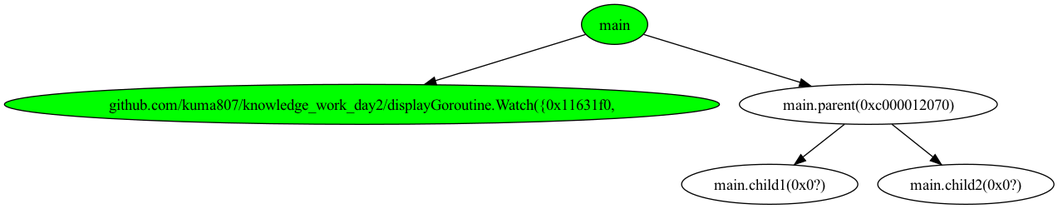
This is main_testGoroutine/tree_1.png from kuma807/knowledge_work_day2, a Graphviz export, as it was before one commit. Its source is kept beside it as main_testGoroutine/tree_1.dot. The source it was exported from:
```dot
digraph G {
	"main"->"github.com/kuma807/knowledge_work_day2/displayGoroutine.Watch({0x11631f0,";
	"main"->"main.parent(0xc000012070)";
	"main.parent(0xc000012070)"->"main.child1(0x0?)";
	"main.parent(0xc000012070)"->"main.child2(0x0?)";
	"github.com/kuma807/knowledge_work_day2/displayGoroutine.Watch({0x11631f0," [ fillcolor="#00FF00", style="solid,filled" ];
	"main" [ fillcolor="#00FF00", style="solid,filled" ];
	"main.child1(0x0?)";
	"main.child2(0x0?)";
	"main.parent(0xc000012070)";

}
```
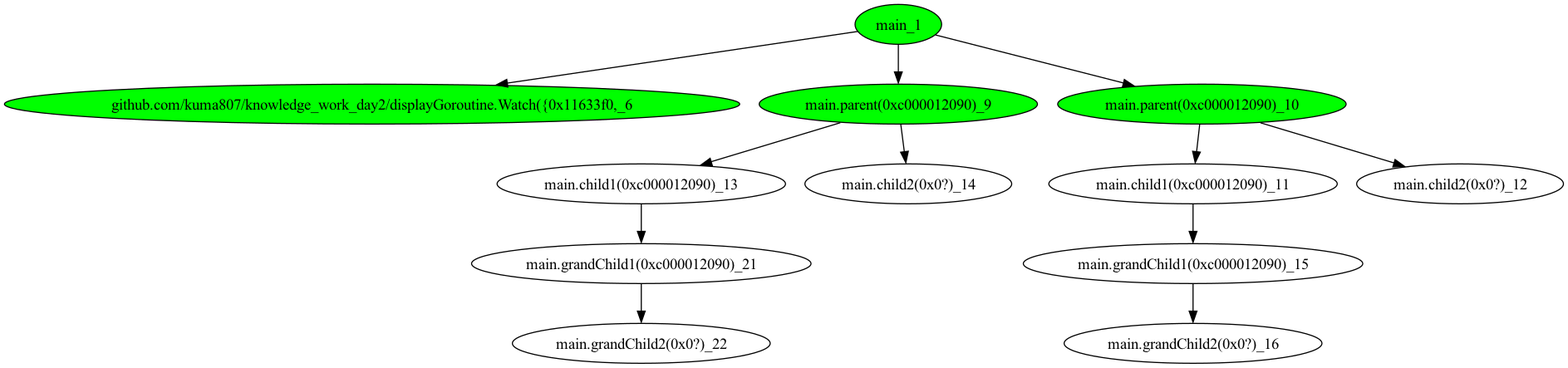
After the change.

The edit, as a diff of the source:
```diff
@@ -1,12 +1,26 @@
 digraph G {
-	"main"->"github.com/kuma807/knowledge_work_day2/displayGoroutine.Watch({0x11631f0,";
-	"main"->"main.parent(0xc000012070)";
-	"main.parent(0xc000012070)"->"main.child1(0x0?)";
-	"main.parent(0xc000012070)"->"main.child2(0x0?)";
-	"github.com/kuma807/knowledge_work_day2/displayGoroutine.Watch({0x11631f0," [ fillcolor="#00FF00", style="solid,filled" ];
-	"main" [ fillcolor="#00FF00", style="solid,filled" ];
-	"main.child1(0x0?)";
-	"main.child2(0x0?)";
-	"main.parent(0xc000012070)";
+	"main_1"->"github.com/kuma807/knowledge_work_day2/displayGoroutine.Watch({0x11633f0,_6";
+	"main_1"->"main.parent(0xc000012090)_9";
+	"main_1"->"main.parent(0xc000012090)_10";
+	"main.parent(0xc000012090)_10"->"main.child1(0xc000012090)_11";
+	"main.parent(0xc000012090)_10"->"main.child2(0x0?)_12";
+	"main.parent(0xc000012090)_9"->"main.child1(0xc000012090)_13";
+	"main.parent(0xc000012090)_9"->"main.child2(0x0?)_14";
+	"main.child1(0xc000012090)_11"->"main.grandChild1(0xc000012090)_15";
+	"main.grandChild1(0xc000012090)_15"->"main.grandChild2(0x0?)_16";
+	"main.child1(0xc000012090)_13"->"main.grandChild1(0xc000012090)_21";
+	"main.grandChild1(0xc000012090)_21"->"main.grandChild2(0x0?)_22";
+	"github.com/kuma807/knowledge_work_day2/displayGoroutine.Watch({0x11633f0,_6" [ fillcolor="#00FF00", style="solid,filled" ];
+	"main.child1(0xc000012090)_11";
+	"main.child1(0xc000012090)_13";
+	"main.child2(0x0?)_12";
+	"main.child2(0x0?)_14";
+	"main.grandChild1(0xc000012090)_15";
+	"main.grandChild1(0xc000012090)_21";
+	"main.grandChild2(0x0?)_16";
+	"main.grandChild2(0x0?)_22";
+	"main.parent(0xc000012090)_10" [ fillcolor="#00FF00", style="solid,filled" ];
+	"main.parent(0xc000012090)_9" [ fillcolor="#00FF00", style="solid,filled" ];
+	"main_1" [ fillcolor="#00FF00", style="solid,filled" ];
 
 }
```
